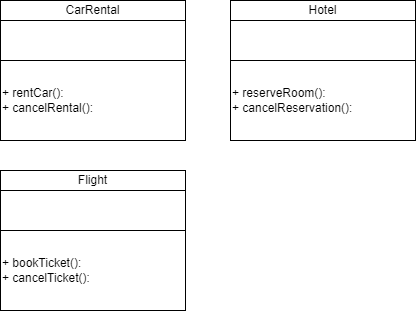
Incivius/BERTOTI keeps this draw.io diagram as Padrões de Projetos/src/facade/Anti/UML.drawio.png. Above is the earlier version. Source tidied: cells renumbered, new cells last; positions are measured from the earlier drawing's top-left corner, leaving out a move shared by most shapes.
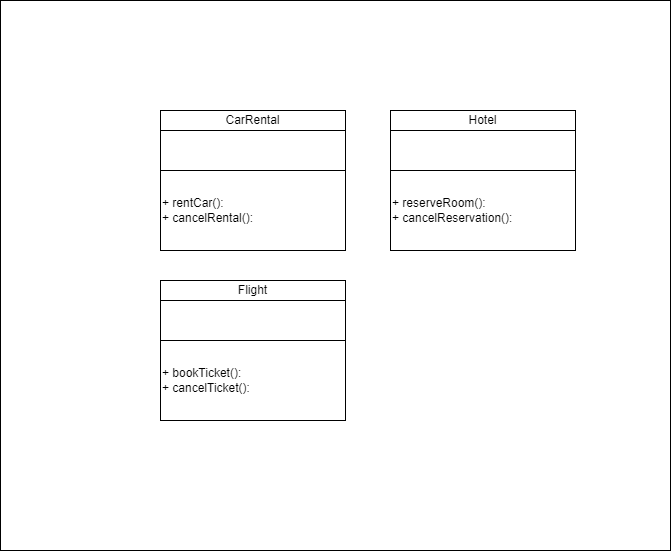
Above is the later version.

What changed in the source:
```diff
@@ -2,6 +2,9 @@
   <root>
     <mxCell id="0" />
     <mxCell id="1" parent="0" />
+    <mxCell id="11" style="rounded=0;whiteSpace=wrap;html=1;" parent="1" vertex="1">
+      <mxGeometry x="-160" y="-110" width="670" height="550" as="geometry" />
+    </mxCell>
     <mxCell id="2" value="CarRental" style="rounded=0;whiteSpace=wrap;html=1;" parent="1" vertex="1">
       <mxGeometry width="185" height="20" as="geometry" />
     </mxCell>
```
